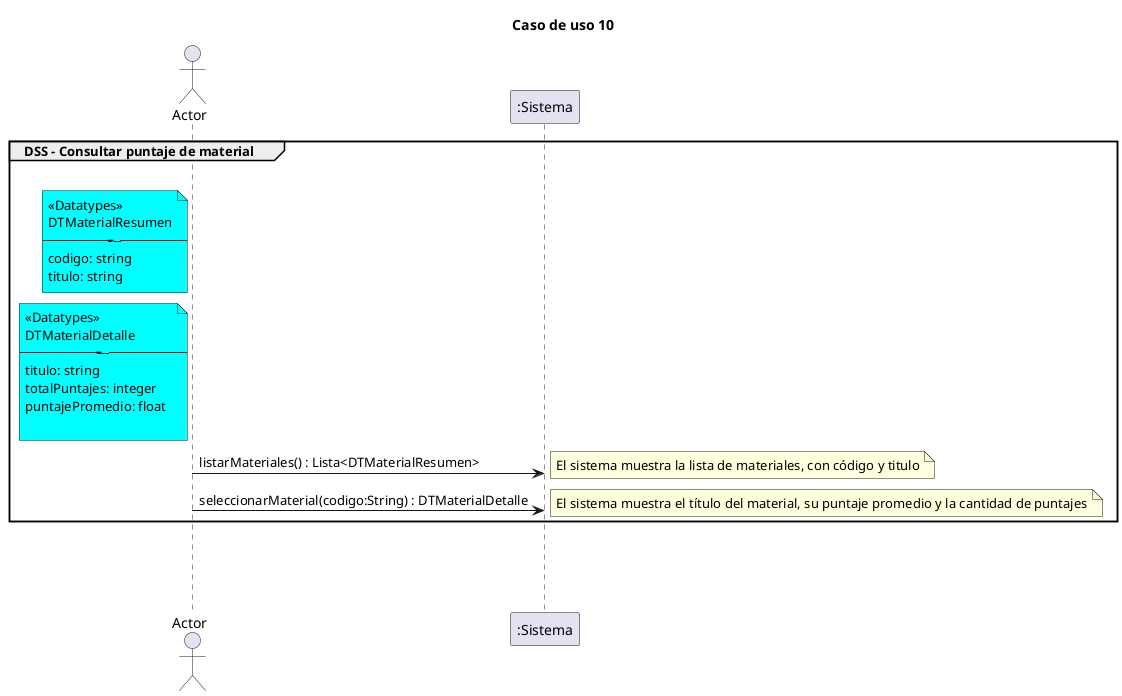
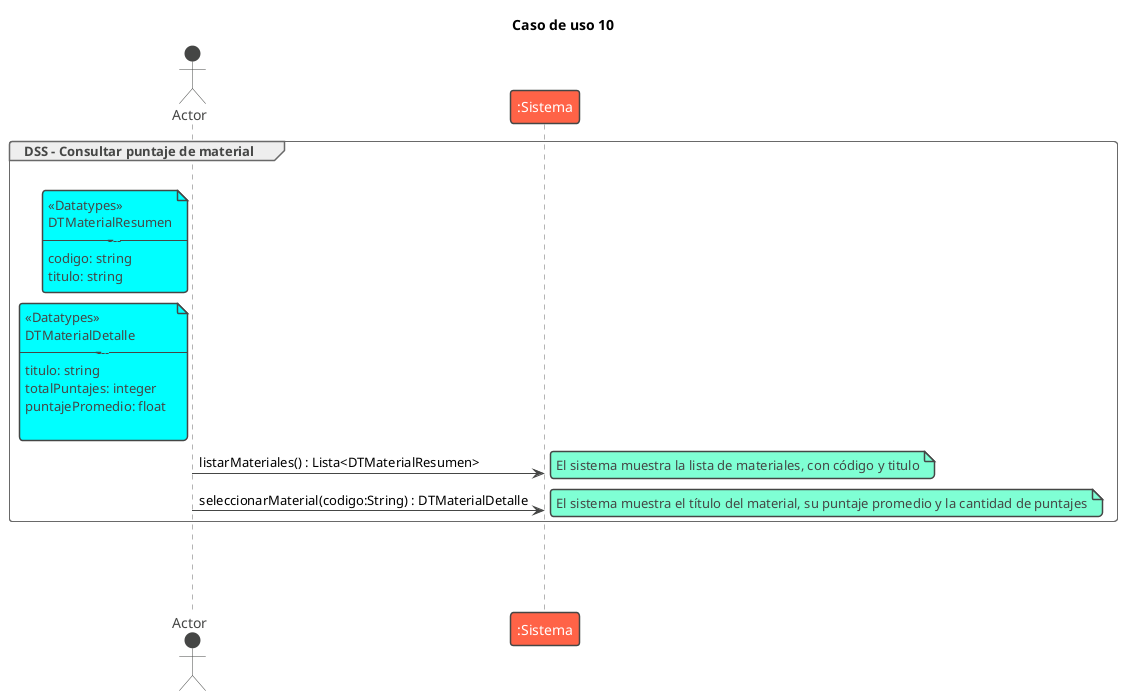
- @startuml
+ @startuml consultarPuntajeMaterial
+ !theme vibrant
/' El caso de uso comienza cuando el actor desea consultar los puntajes de un
material. El sistema muestra la lista de materiales registrados indicando su código
y título, y el actor selecciona uno de ellos. A continuación, el sistema muestra el
título del material, su puntaje promedio y la cantidad total de puntajes
registrados para dicho material'/


title Caso de uso 10

group DSS - Consultar puntaje de material
Actor Actor
' El actor puede ser un funcionario o un lector, pero para simplificar se representa como Actor
|||
note left of Actor #aqua
<<Datatypes>>
DTMaterialResumen
-----------
codigo: string
titulo: string
end note

note left of Actor #aqua
<<Datatypes>>
DTMaterialDetalle
-----------
titulo: string
totalPuntajes: integer
puntajePromedio: float

end note

Actor -> ":Sistema" : listarMateriales() : Lista<DTMaterialResumen>
note right: El sistema muestra la lista de materiales, con código y titulo

Actor -> ":Sistema" : seleccionarMaterial(codigo:String) : DTMaterialDetalle
note right: El sistema muestra el título del material, su puntaje promedio y la cantidad de puntajes

end
|||
|||
|||

@enduml